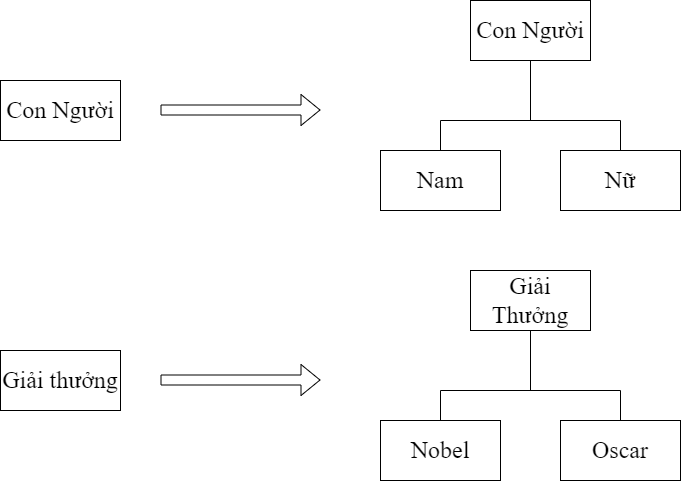
Earlier version of the draw.io export Luật thứ hai(trên xuống).png (datnham0212/learning). Source tidied: cells renumbered, new cells last; positions are measured from the earlier drawing's top-left corner, leaving out a move shared by most shapes.
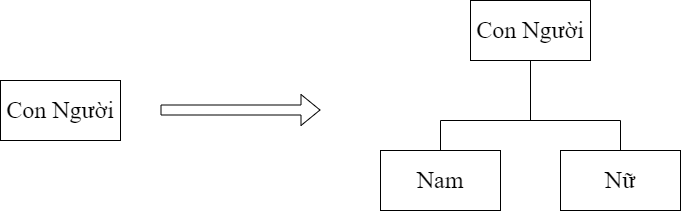
Later version of the same file.

Change to the diagram source:
```diff
@@ -44,47 +44,5 @@
         <mxPoint x="530" y="60" as="targetPoint" />
       </mxGeometry>
     </mxCell>
-    <mxCell id="11" value="Giải thưởng" style="rounded=0;whiteSpace=wrap;html=1;fontFamily=Times New Roman;fontSize=24;" parent="1" vertex="1">
-      <mxGeometry y="350" width="120" height="60" as="geometry" />
-    </mxCell>
-    <mxCell id="12" style="shape=flexArrow;endArrow=classic;html=1;rounded=0;fontFamily=Times New Roman;fontSize=24;" parent="1" edge="1">
-      <mxGeometry relative="1" as="geometry">
-        <mxPoint x="160" y="379.5" as="sourcePoint" />
-        <mxPoint x="320" y="379.5" as="targetPoint" />
-      </mxGeometry>
-    </mxCell>
-    <mxCell id="13" value="Giải Thưởng" style="rounded=0;whiteSpace=wrap;html=1;fontFamily=Times New Roman;fontSize=24;" parent="1" vertex="1">
-      <mxGeometry x="470" y="270" width="120" height="60" as="geometry" />
-    </mxCell>
-    <mxCell id="14" value="Nobel" style="rounded=0;whiteSpace=wrap;html=1;fontFamily=Times New Roman;fontSize=24;" parent="1" vertex="1">
-      <mxGeometry x="380" y="420" width="120" height="60" as="geometry" />
-    </mxCell>
-    <mxCell id="15" value="Oscar" style="rounded=0;whiteSpace=wrap;html=1;fontFamily=Times New Roman;fontSize=24;" parent="1" vertex="1">
-      <mxGeometry x="560" y="420" width="120" height="60" as="geometry" />
-    </mxCell>
-    <mxCell id="16" style="endArrow=none;html=1;rounded=0;" parent="1" edge="1">
-      <mxGeometry relative="1" as="geometry">
-        <mxPoint x="440" y="420" as="sourcePoint" />
-        <mxPoint x="440" y="390" as="targetPoint" />
-      </mxGeometry>
-    </mxCell>
-    <mxCell id="17" style="endArrow=none;html=1;rounded=0;" parent="1" edge="1">
-      <mxGeometry relative="1" as="geometry">
-        <mxPoint x="620" y="420" as="sourcePoint" />
-        <mxPoint x="620" y="390" as="targetPoint" />
-      </mxGeometry>
-    </mxCell>
-    <mxCell id="18" style="endArrow=none;html=1;rounded=0;" parent="1" edge="1">
-      <mxGeometry relative="1" as="geometry">
-        <mxPoint x="440" y="390" as="sourcePoint" />
-        <mxPoint x="620" y="390" as="targetPoint" />
-      </mxGeometry>
-    </mxCell>
-    <mxCell id="19" style="endArrow=none;html=1;rounded=0;" parent="1" edge="1">
-      <mxGeometry relative="1" as="geometry">
-        <mxPoint x="530" y="390" as="sourcePoint" />
-        <mxPoint x="530" y="330" as="targetPoint" />
-      </mxGeometry>
-    </mxCell>
   </root>
 </mxGraphModel>
```
